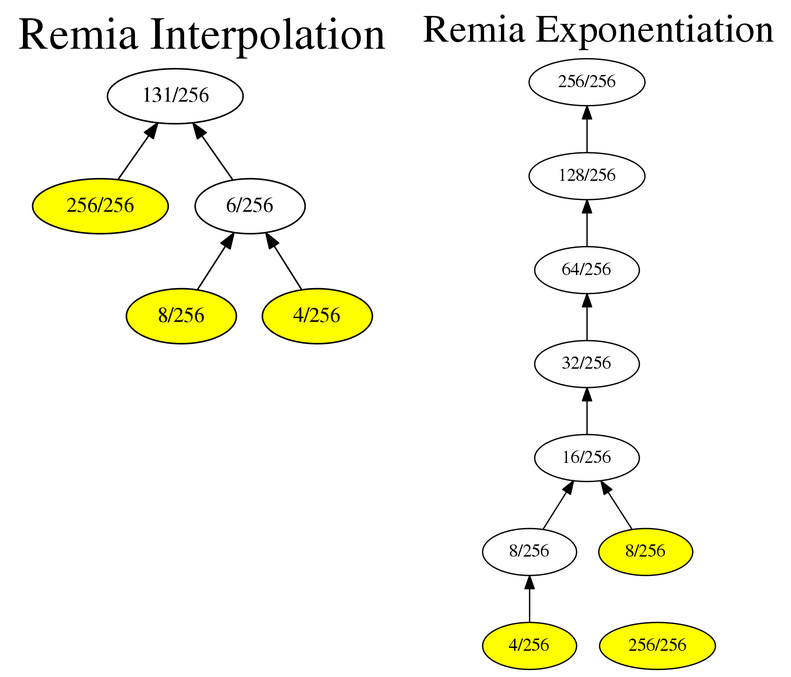
This is GuiTool/image/Remia/RemiaDot.png from iitramar/guiTool, a Graphviz export, as it was before one commit. Its source is kept beside it as GuiTool/image/Remia/RemiaDot.dot.
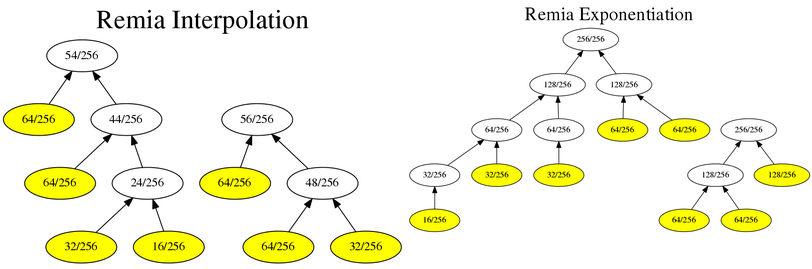
Above is the later version.

Change to the diagram source:
```diff
@@ -1,16 +1,33 @@
 digraph G {
 rankdir = BT;
 graph [label= "Remia Interpolation", labelloc=t, fontsize=30];
-1[label= " 131/256 " ];
-2[label= " 256/256 " ];
+1[label= " 54/256 " ];
+2[label= " 64/256 " ];
 2->1
-3[label= " 6/256 " ];
+3[label= " 44/256 " ];
 3->1
 2[style=filled, fillcolor=yellow];
-6[label= " 8/256 " ];
+6[label= " 64/256 " ];
 6->3
-7[label= " 4/256 " ];
+7[label= " 24/256 " ];
 7->3
 6[style=filled, fillcolor=yellow];
-7[style=filled, fillcolor=yellow];
+14[label= " 32/256 " ];
+14->7
+15[label= " 16/256 " ];
+15->7
+14[style=filled, fillcolor=yellow];
+15[style=filled, fillcolor=yellow];
+101[label= " 56/256 " ];
+202[label= " 64/256 " ];
+202->101
+203[label= " 48/256 " ];
+203->101
+202[style=filled, fillcolor=yellow];
+406[label= " 64/256 " ];
+406->203
+407[label= " 32/256 " ];
+407->203
+406[style=filled, fillcolor=yellow];
+407[style=filled, fillcolor=yellow];
 }
```
